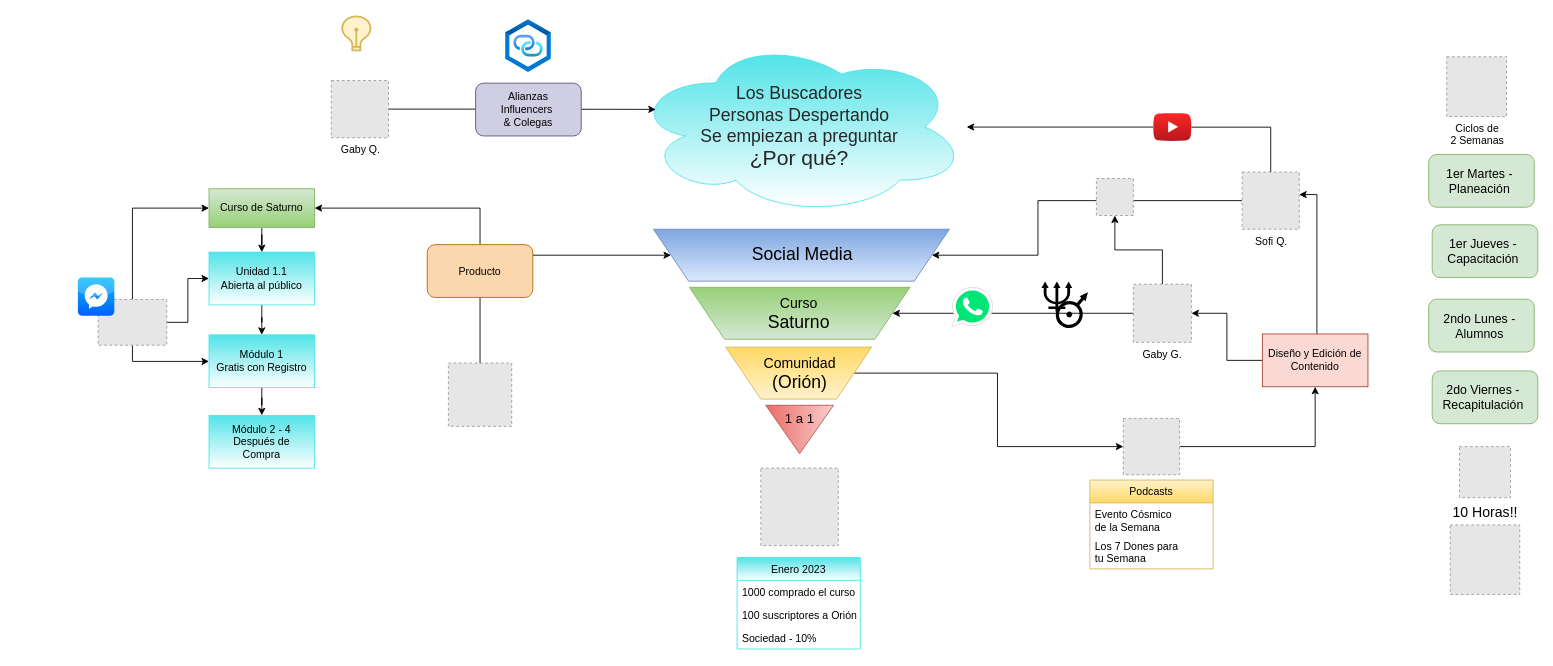
Santiago8888/Cicero keeps this draw.io diagram as docs/Vision.drawio. Above is the earlier version. Source tidied: cells renumbered, new cells numbered last; positions are measured from the earlier drawing's top-left corner, leaving out a move shared by most shapes. Both pictures are drawn from the tidied source at 88%, with x=0, y=0 at pixel (77, 16). Pictures stored in the file or linked from it are replaced by grey dashed boxes.
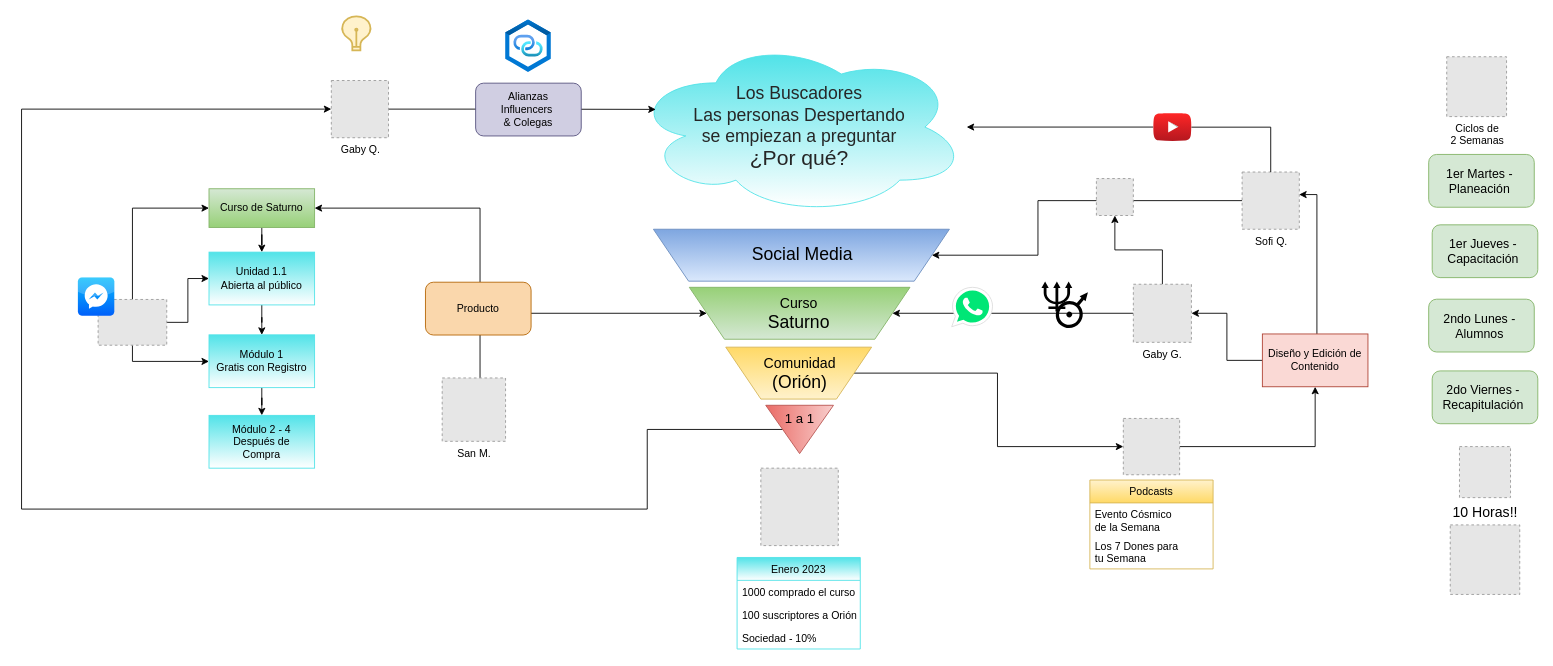
After the change.

Commit message:
Closing arrow.

Unchanged cells that the change refers to:
```xml
<mxCell id="4" style="triangle;whiteSpace=wrap;html=1;rotation=90;gradientColor=#ea6b66;fillColor=#f8cecc;strokeColor=#b85450;" parent="1" vertex="1">
  <mxGeometry x="792.7" y="431" width="54.9" height="77" as="geometry" />
</mxCell>
<mxCell id="5" style="shape=trapezoid;perimeter=trapezoidPerimeter;whiteSpace=wrap;html=1;fixedSize=1;rotation=-180;size=40;fillColor=#d5e8d4;strokeColor=#82b366;gradientColor=#97d077;" parent="1" vertex="1">
  <mxGeometry x="694.8" y="308" width="250.8" height="59" as="geometry" />
</mxCell>
<mxCell id="6" style="shape=trapezoid;perimeter=trapezoidPerimeter;whiteSpace=wrap;html=1;fixedSize=1;rotation=-180;size=40;fillColor=#dae8fc;strokeColor=#6c8ebf;gradientColor=#7ea6e0;" parent="1" vertex="1">
  <mxGeometry x="654" y="242" width="336.4" height="59" as="geometry" />
</mxCell>
<mxCell id="31" value="Gaby Q." style="fillColor=#E6E6E6;strokeColor=#999999;dashed=1;html=1;verticalAlign=top;verticalLabelPosition=bottom;labelBackgroundColor=#ffffff;" parent="1" vertex="1">
  <mxGeometry x="288" y="73" width="65" height="65" as="geometry" />
</mxCell>
```

Change to the diagram source:
```diff
@@
+    <mxCell id="65" style="edgeStyle=orthogonalEdgeStyle;rounded=0;jettySize=auto;html=1;entryX=0;entryY=0.5;entryDx=0;entryDy=0;" parent="1" edge="1" source="4" target="31">
+      <mxGeometry relative="1" as="geometry">
+        <Array as="points">
+          <mxPoint x="647" y="470" />
+          <mxPoint x="647" y="560" />
+          <mxPoint x="-64" y="560" />
+          <mxPoint x="-64" y="106" />
+        </Array>
+      </mxGeometry>
+    </mxCell>
@@
-    <mxCell id="16" value="&lt;font&gt;&lt;font color=&quot;#262626&quot;&gt;&lt;span style=&quot;font-size: 20px&quot;&gt;Los Buscadores&lt;/span&gt;&lt;br&gt;&lt;span style=&quot;font-size: 20px&quot;&gt;Personas Despertando&lt;/span&gt;&lt;br&gt;&lt;span style=&quot;font-size: 20px&quot;&gt;Se empiezan a preguntar &lt;/span&gt;&lt;br&gt;&lt;font style=&quot;font-size: 24px&quot;&gt;¿Por qué?&lt;/font&gt;&lt;/font&gt;&lt;br&gt;&lt;/font&gt;" style="ellipse;shape=cloud;whiteSpace=wrap;html=1;strokeColor=#51E3E8;fillColor=#51E3E8;gradientColor=#ffffff;" parent="1" vertex="1">
+    <mxCell id="16" value="&lt;font&gt;&lt;font color=&quot;#262626&quot;&gt;&lt;span style=&quot;font-size: 20px&quot;&gt;Los Buscadores&lt;/span&gt;&lt;br&gt;&lt;span style=&quot;font-size: 20px&quot;&gt;Las personas Despertando&lt;/span&gt;&lt;br&gt;&lt;span style=&quot;font-size: 20px&quot;&gt;se empiezan a preguntar &lt;/span&gt;&lt;br&gt;&lt;font style=&quot;font-size: 24px&quot;&gt;¿Por qué?&lt;/font&gt;&lt;/font&gt;&lt;br&gt;&lt;/font&gt;" style="ellipse;shape=cloud;whiteSpace=wrap;html=1;strokeColor=#51E3E8;fillColor=#51E3E8;gradientColor=#ffffff;" parent="1" vertex="1">
       <mxGeometry x="630.1" y="25.4" width="379.9" height="201" as="geometry" />
     </mxCell>
@@
-    <mxCell id="32" style="edgeStyle=orthogonalEdgeStyle;rounded=0;jettySize=auto;html=1;entryX=1;entryY=0.5;entryDx=0;entryDy=0;" parent="1" edge="1" source="33" target="6">
+    <mxCell id="32" style="edgeStyle=orthogonalEdgeStyle;rounded=0;jettySize=auto;html=1;entryX=1;entryY=0.5;entryDx=0;entryDy=0;" parent="1" edge="1" source="33" target="5">
       <mxGeometry relative="1" as="geometry">
         <Array as="points">
-          <mxPoint x="457" y="272" />
+          <mxPoint x="457" y="338" />
         </Array>
       </mxGeometry>
     </mxCell>
-    <mxCell id="33" style="fillColor=#E6E6E6;strokeColor=#999999;dashed=1;html=1;verticalAlign=top;verticalLabelPosition=bottom;labelBackgroundColor=#ffffff;" parent="1" vertex="1">
-      <mxGeometry x="421" y="394" width="72" height="72" as="geometry" />
+    <mxCell id="33" value="San M." style="fillColor=#E6E6E6;strokeColor=#999999;dashed=1;html=1;verticalAlign=top;verticalLabelPosition=bottom;labelBackgroundColor=#ffffff;" parent="1" vertex="1">
+      <mxGeometry x="414" y="411" width="72" height="72" as="geometry" />
     </mxCell>
@@
     <mxCell id="36" value="Producto" style="rounded=1;whiteSpace=wrap;html=1;fillColor=#fad7ac;strokeColor=#b46504;" parent="1" vertex="1">
-      <mxGeometry x="397" y="259.5" width="120" height="60" as="geometry" />
+      <mxGeometry x="395" y="302.2" width="120" height="60" as="geometry" />
     </mxCell>
```
